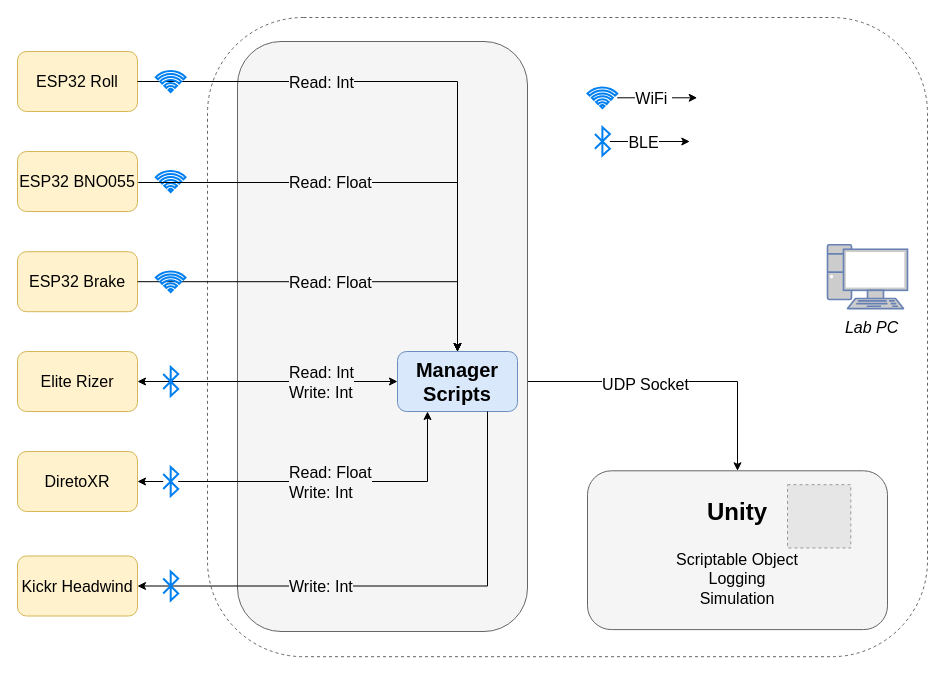
The draw.io diagram Architecture_BicycleSimulator.drawio in DaveBsns/SimulatorRaspberry, before the edit. Source tidied: cells renumbered, new cells numbered last; positions are measured from the earlier drawing's top-left corner, leaving out a move shared by most shapes. Both pictures are drawn from the tidied source at 100%, with x=0, y=0 at pixel (17, 17). Pictures stored in the file or linked from it are replaced by grey dashed boxes.
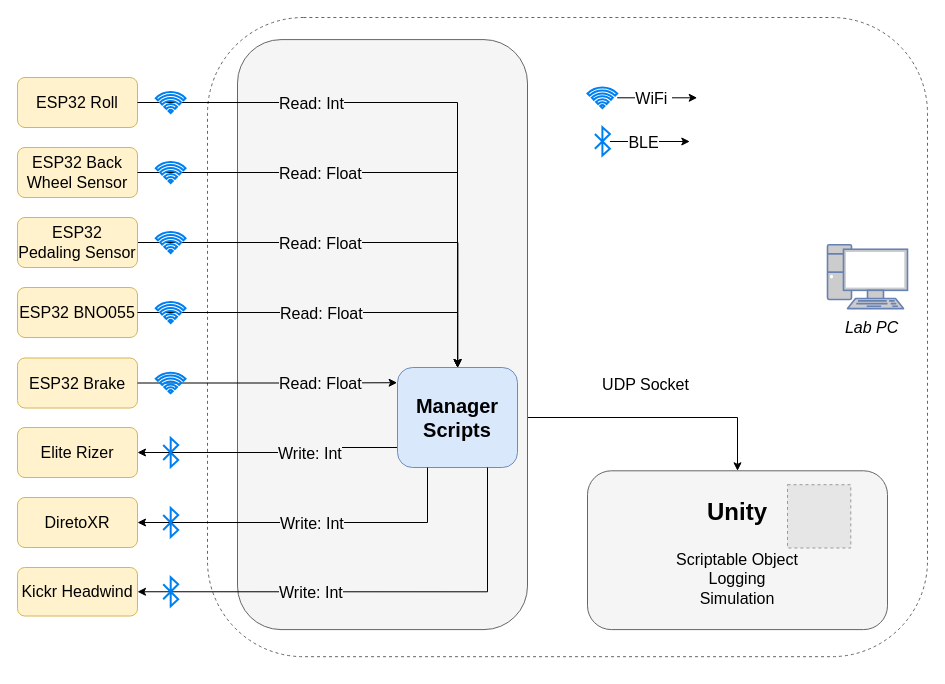
Above is the later version.

The change refers to these unchanged cells:
```xml
<mxCell id="3" style="group;" parent="1" vertex="1">
  <mxGeometry x="190" width="720" height="649" as="geometry" />
</mxCell>
```

The edit, as a diff of the source:
```diff
@@
-    <mxCell id="18" style="rounded=1;whiteSpace=wrap;html=1;align=left;fillColor=#f5f5f5;fontColor=#333333;strokeColor=#666666;fontSize=16;labelBackgroundColor=#f5f5f5;" parent="1" vertex="1">
-      <mxGeometry x="220" y="24" width="290" height="590" as="geometry" />
+    <mxCell id="18" style="rounded=1;whiteSpace=wrap;html=1;align=left;fillColor=#f5f5f5;fontColor=#333333;strokeColor=#666666;fontSize=16;labelBackgroundColor=#f5f5f5;" parent="3" vertex="1">
+      <mxGeometry x="30" y="22.1" width="290" height="590" as="geometry" />
     </mxCell>
+    <mxCell id="46" style="edgeStyle=orthogonalEdgeStyle;rounded=0;jettySize=auto;html=1;exitX=1;exitY=0.5;exitDx=0;exitDy=0;entryX=0.503;entryY=0.002;entryDx=0;entryDy=0;fontSize=16;entryPerimeter=0;" parent="3" edge="1" target="31">
+      <mxGeometry relative="1" as="geometry">
+        <mxPoint x="-100" y="225" as="sourcePoint" />
+        <Array as="points">
+          <mxPoint x="250" y="225" />
+          <mxPoint x="250" y="350" />
+        </Array>
+      </mxGeometry>
+    </mxCell>
+    <mxCell id="47" value="Read: Float" style="edgeLabel;html=1;align=left;verticalAlign=middle;fontSize=16;labelBackgroundColor=#f5f5f5;" parent="46" vertex="1">
+      <mxGeometry relative="1" as="geometry">
+        <mxPoint x="-68" as="offset" />
+      </mxGeometry>
+    </mxCell>
     <mxCell id="19" value="ESP32 Brake" style="rounded=1;whiteSpace=wrap;html=1;fillColor=#fff2cc;strokeColor=#d6b656;fontSize=16;" parent="1" vertex="1">
-      <mxGeometry y="234.2" width="120" height="60" as="geometry" />
+      <mxGeometry y="340.5" width="120" height="50" as="geometry" />
     </mxCell>
-    <mxCell id="20" style="edgeStyle=orthogonalEdgeStyle;rounded=0;jettySize=auto;html=1;exitX=1;exitY=0.5;exitDx=0;exitDy=0;fontSize=16;entryX=0.5;entryY=0;entryDx=0;entryDy=0;" parent="1" edge="1" source="19" target="31">
-      <mxGeometry relative="1" as="geometry">
-        <Array as="points">
-          <mxPoint x="440" y="264" />
-        </Array>
-      </mxGeometry>
-    </mxCell>
-    <mxCell id="21" value="Read: Float" style="edgeLabel;html=1;align=left;verticalAlign=middle;fontSize=16;labelBackgroundColor=#f5f5f5;" parent="20" vertex="1">
-      <mxGeometry relative="1" as="geometry">
-        <mxPoint x="-45" as="offset" />
-      </mxGeometry>
-    </mxCell>
-    <mxCell id="22" style="edgeStyle=orthogonalEdgeStyle;rounded=0;jettySize=auto;html=1;exitX=1;exitY=0.5;exitDx=0;exitDy=0;entryX=0.5;entryY=0;entryDx=0;entryDy=0;fontSize=16;" parent="1" edge="1" target="31">
-      <mxGeometry relative="1" as="geometry">
-        <mxPoint x="121" y="165" as="sourcePoint" />
-        <Array as="points">
-          <mxPoint x="440" y="165" />
-        </Array>
-      </mxGeometry>
-    </mxCell>
     <mxCell id="23" value="ESP32 BNO055" style="rounded=1;whiteSpace=wrap;html=1;fillColor=#fff2cc;strokeColor=#d6b656;fontSize=16;" parent="1" vertex="1">
-      <mxGeometry y="134" width="120" height="60" as="geometry" />
+      <mxGeometry y="270" width="120" height="50" as="geometry" />
     </mxCell>
-    <mxCell id="24" style="edgeStyle=orthogonalEdgeStyle;rounded=0;jettySize=auto;html=1;exitX=1;exitY=0.5;exitDx=0;exitDy=0;entryX=0;entryY=0.5;entryDx=0;entryDy=0;startArrow=classic;startFill=1;fontSize=16;" parent="1" edge="1" source="26" target="31">
-      <mxGeometry relative="1" as="geometry" />
+    <mxCell id="24" style="edgeStyle=orthogonalEdgeStyle;rounded=0;jettySize=auto;html=1;exitX=1;exitY=0.5;exitDx=0;exitDy=0;startArrow=classic;startFill=1;fontSize=16;endArrow=none;endFill=0;" parent="1" edge="1" source="26">
+      <mxGeometry relative="1" as="geometry">
+        <mxPoint x="390" y="430" as="targetPoint" />
+        <Array as="points">
+          <mxPoint x="300" y="435" />
+          <mxPoint x="300" y="430" />
+          <mxPoint x="380" y="430" />
+          <mxPoint x="380" y="431" />
+          <mxPoint x="390" y="431" />
+        </Array>
+      </mxGeometry>
     </mxCell>
-    <mxCell id="25" value="Read: Int&lt;br style=&quot;font-size: 16px;&quot;&gt;Write: Int" style="edgeLabel;html=1;align=left;verticalAlign=middle;fontSize=16;labelBackgroundColor=#f5f5f5;" parent="24" vertex="1">
+    <mxCell id="25" value="Write: Int" style="edgeLabel;html=1;align=left;verticalAlign=middle;fontSize=16;labelBackgroundColor=#f5f5f5;" parent="24" vertex="1">
       <mxGeometry relative="1" as="geometry">
-        <mxPoint x="20" as="offset" />
+        <mxPoint x="1" as="offset" />
       </mxGeometry>
     </mxCell>
     <mxCell id="26" value="Elite Rizer" style="rounded=1;whiteSpace=wrap;html=1;fillColor=#fff2cc;strokeColor=#d6b656;fontSize=16;" parent="1" vertex="1">
-      <mxGeometry y="334" width="120" height="60" as="geometry" />
+      <mxGeometry y="410" width="120" height="50" as="geometry" />
     </mxCell>
     <mxCell id="27" style="html=1;verticalLabelPosition=bottom;align=center;labelBackgroundColor=#ffffff;verticalAlign=top;strokeWidth=2;strokeColor=#0080F0;shadow=0;dashed=0;shape=mxgraph.ios7.icons.bluetooth;fontSize=16;" parent="1" vertex="1">
-      <mxGeometry x="145.7" y="349.6" width="15" height="28.8" as="geometry" />
+      <mxGeometry x="145.7" y="420.6" width="15" height="28.8" as="geometry" />
     </mxCell>
-    <mxCell id="28" style="html=1;verticalLabelPosition=bottom;align=center;labelBackgroundColor=#ffffff;verticalAlign=top;strokeWidth=2;strokeColor=#0080F0;shadow=0;dashed=0;shape=mxgraph.ios7.icons.wifi;fontSize=16;" parent="1" vertex="1">
-      <mxGeometry x="138.3" y="153.5" width="29.7" height="21" as="geometry" />
-    </mxCell>
     <mxCell id="29" value="DiretoXR" style="rounded=1;whiteSpace=wrap;html=1;fillColor=#fff2cc;strokeColor=#d6b656;fontSize=16;" parent="1" vertex="1">
-      <mxGeometry y="434" width="120" height="60" as="geometry" />
+      <mxGeometry y="480" width="120" height="50" as="geometry" />
     </mxCell>
     <mxCell id="30" value="ESP32 Roll" style="rounded=1;whiteSpace=wrap;html=1;fillColor=#fff2cc;strokeColor=#d6b656;fontSize=16;" parent="1" vertex="1">
-      <mxGeometry y="34" width="120" height="60" as="geometry" />
+      <mxGeometry y="60" width="120" height="50" as="geometry" />
     </mxCell>
-    <mxCell id="31" value="&lt;b style=&quot;font-size: 20px;&quot;&gt;Manager Scripts&lt;/b&gt;" style="rounded=1;whiteSpace=wrap;html=1;fillColor=#dae8fc;strokeColor=#6c8ebf;fontSize=16;" parent="1" vertex="1">
-      <mxGeometry x="380" y="334" width="120" height="60" as="geometry" />
-    </mxCell>
-    <mxCell id="32" style="edgeStyle=orthogonalEdgeStyle;rounded=0;jettySize=auto;html=1;exitX=1;exitY=0.5;exitDx=0;exitDy=0;fontSize=16;entryX=0.5;entryY=0;entryDx=0;entryDy=0;" parent="1" edge="1" target="31">
+    <mxCell id="32" style="edgeStyle=orthogonalEdgeStyle;rounded=0;jettySize=auto;html=1;exitX=1;exitY=0.5;exitDx=0;exitDy=0;fontSize=16;entryX=0.5;entryY=0;entryDx=0;entryDy=0;" parent="1" edge="1" source="30" target="31">
       <mxGeometry relative="1" as="geometry">
-        <mxPoint x="120" y="64" as="sourcePoint" />
         <Array as="points">
-          <mxPoint x="440" y="64" />
+          <mxPoint x="440" y="85" />
         </Array>
       </mxGeometry>
     </mxCell>
     <mxCell id="33" value="Read: Int" style="edgeLabel;html=1;align=left;verticalAlign=middle;fontSize=16;labelBackgroundColor=#f5f5f5;" parent="32" vertex="1">
       <mxGeometry relative="1" as="geometry">
-        <mxPoint x="-145" as="offset" />
+        <mxPoint x="-153" as="offset" />
       </mxGeometry>
     </mxCell>
+    <mxCell id="31" value="&lt;b style=&quot;font-size: 20px;&quot;&gt;Manager Scripts&lt;/b&gt;" style="rounded=1;whiteSpace=wrap;html=1;fillColor=#dae8fc;strokeColor=#6c8ebf;fontSize=16;" parent="1" vertex="1">
+      <mxGeometry x="380" y="350" width="120" height="100" as="geometry" />
+    </mxCell>
     <mxCell id="34" style="edgeStyle=orthogonalEdgeStyle;rounded=0;jettySize=auto;html=1;exitX=1;exitY=0.5;exitDx=0;exitDy=0;startArrow=classic;startFill=1;endArrow=none;endFill=0;entryX=0.75;entryY=1;entryDx=0;entryDy=0;fontSize=16;" parent="1" edge="1" source="36" target="31">
       <mxGeometry relative="1" as="geometry">
         <Array as="points">
-          <mxPoint x="470" y="569" />
+          <mxPoint x="470" y="574" />
         </Array>
       </mxGeometry>
     </mxCell>
     <mxCell id="35" value="Write: Int" style="edgeLabel;html=1;align=left;verticalAlign=middle;fontSize=16;labelBackgroundColor=#f5f5f5;" parent="34" vertex="1">
       <mxGeometry relative="1" as="geometry">
-        <mxPoint x="-112" as="offset" />
+        <mxPoint x="-97" as="offset" />
       </mxGeometry>
     </mxCell>
     <mxCell id="36" value="Kickr Headwind" style="rounded=1;whiteSpace=wrap;html=1;fillColor=#fff2cc;strokeColor=#d6b656;fontSize=16;" parent="1" vertex="1">
-      <mxGeometry y="538.5" width="120" height="60" as="geometry" />
+      <mxGeometry y="550" width="120" height="48.5" as="geometry" />
     </mxCell>
-    <mxCell id="37" style="html=1;verticalLabelPosition=bottom;align=center;labelBackgroundColor=#ffffff;verticalAlign=top;strokeWidth=2;strokeColor=#0080F0;shadow=0;dashed=0;shape=mxgraph.ios7.icons.wifi;fontSize=16;" parent="1" vertex="1">
-      <mxGeometry x="138.3" y="254" width="29.7" height="20.5" as="geometry" />
-    </mxCell>
     <mxCell id="38" style="html=1;verticalLabelPosition=bottom;align=center;labelBackgroundColor=#ffffff;verticalAlign=top;strokeWidth=2;strokeColor=#0080F0;shadow=0;dashed=0;shape=mxgraph.ios7.icons.wifi;fontSize=16;" parent="1" vertex="1">
-      <mxGeometry x="138.3" y="53.5" width="29.7" height="21" as="geometry" />
+      <mxGeometry x="138.3" y="74.5" width="29.7" height="21" as="geometry" />
     </mxCell>
     <mxCell id="39" style="html=1;verticalLabelPosition=bottom;align=center;labelBackgroundColor=#ffffff;verticalAlign=top;strokeWidth=2;strokeColor=#0080F0;shadow=0;dashed=0;shape=mxgraph.ios7.icons.bluetooth;fontSize=16;" parent="1" vertex="1">
-      <mxGeometry x="145.7" y="554.1" width="15" height="28.8" as="geometry" />
+      <mxGeometry x="145.7" y="559.9" width="15" height="28.8" as="geometry" />
     </mxCell>
-    <mxCell id="40" style="edgeStyle=orthogonalEdgeStyle;rounded=0;jettySize=auto;html=1;fontSize=16;" parent="1" edge="1" source="43" target="29">
-      <mxGeometry relative="1" as="geometry" />
-    </mxCell>
-    <mxCell id="41" style="edgeStyle=orthogonalEdgeStyle;rounded=0;jettySize=auto;html=1;fontSize=16;" parent="1" edge="1" source="43">
+    <mxCell id="41" style="edgeStyle=orthogonalEdgeStyle;rounded=0;jettySize=auto;html=1;fontSize=16;endArrow=none;endFill=0;exitX=1;exitY=0.5;exitDx=0;exitDy=0;startArrow=classic;startFill=1;entryX=0.25;entryY=1;entryDx=0;entryDy=0;" parent="1" edge="1" source="29" target="31">
       <mxGeometry relative="1" as="geometry">
-        <mxPoint x="410" y="394" as="targetPoint" />
         <Array as="points">
-          <mxPoint x="410" y="464" />
-          <mxPoint x="410" y="394" />
+          <mxPoint x="410" y="505" />
         </Array>
       </mxGeometry>
     </mxCell>
-    <mxCell id="42" value="Read: Float&lt;br style=&quot;font-size: 16px;&quot;&gt;Write: Int" style="edgeLabel;html=1;align=left;verticalAlign=middle;fontSize=16;labelBackgroundColor=#f5f5f5;" parent="41" vertex="1">
+    <mxCell id="42" value="Write: Int" style="edgeLabel;html=1;align=left;verticalAlign=middle;fontSize=16;labelBackgroundColor=#f5f5f5;" parent="41" vertex="1">
       <mxGeometry relative="1" as="geometry">
-        <mxPoint x="-51" as="offset" />
+        <mxPoint x="-32" as="offset" />
       </mxGeometry>
     </mxCell>
     <mxCell id="43" style="html=1;verticalLabelPosition=bottom;align=center;labelBackgroundColor=#ffffff;verticalAlign=top;strokeWidth=2;strokeColor=#0080F0;shadow=0;dashed=0;shape=mxgraph.ios7.icons.bluetooth;fontSize=16;" parent="1" vertex="1">
-      <mxGeometry x="145.7" y="449.6" width="15" height="28.8" as="geometry" />
+      <mxGeometry x="145.7" y="490.6" width="15" height="28.8" as="geometry" />
     </mxCell>
-    <mxCell id="44" style="edgeStyle=orthogonalEdgeStyle;rounded=0;jettySize=auto;html=1;exitX=1;exitY=0.5;exitDx=0;exitDy=0;entryX=0.5;entryY=0;entryDx=0;entryDy=0;fontSize=16;" parent="1" edge="1" target="31">
+    <mxCell id="44" style="edgeStyle=orthogonalEdgeStyle;rounded=0;jettySize=auto;html=1;exitX=1;exitY=0.5;exitDx=0;exitDy=0;entryX=0.5;entryY=0;entryDx=0;entryDy=0;fontSize=16;" parent="1" edge="1" source="23" target="31">
       <mxGeometry relative="1" as="geometry">
-        <mxPoint x="121" y="165" as="sourcePoint" />
         <Array as="points">
-          <mxPoint x="440" y="165" />
+          <mxPoint x="440" y="295" />
         </Array>
       </mxGeometry>
     </mxCell>
     <mxCell id="45" value="Read: Float" style="edgeLabel;html=1;align=left;verticalAlign=middle;fontSize=16;labelBackgroundColor=#f5f5f5;" parent="44" vertex="1">
       <mxGeometry relative="1" as="geometry">
-        <mxPoint x="-95" y="-1" as="offset" />
+        <mxPoint x="-47" as="offset" />
       </mxGeometry>
     </mxCell>
+    <mxCell id="20" style="edgeStyle=orthogonalEdgeStyle;rounded=0;jettySize=auto;html=1;exitX=1;exitY=0.5;exitDx=0;exitDy=0;fontSize=16;entryX=-0.003;entryY=0.152;entryDx=0;entryDy=0;entryPerimeter=0;" parent="1" edge="1" source="19" target="31">
+      <mxGeometry relative="1" as="geometry">
+        <Array as="points">
+          <mxPoint x="300" y="366" />
+        </Array>
+      </mxGeometry>
+    </mxCell>
+    <mxCell id="48" value="Read: Float" style="edgeLabel;html=1;align=left;verticalAlign=middle;fontSize=16;labelBackgroundColor=#f5f5f5;" parent="20" vertex="1">
+      <mxGeometry relative="1" as="geometry">
+        <mxPoint x="10" as="offset" />
+      </mxGeometry>
+    </mxCell>
+    <mxCell id="37" style="html=1;verticalLabelPosition=bottom;align=center;labelBackgroundColor=#ffffff;verticalAlign=top;strokeWidth=2;strokeColor=#0080F0;shadow=0;dashed=0;shape=mxgraph.ios7.icons.wifi;fontSize=16;" parent="1" vertex="1">
+      <mxGeometry x="138.3" y="355.2" width="29.7" height="20.5" as="geometry" />
+    </mxCell>
+    <mxCell id="49" value="ESP32 &lt;br&gt;Pedaling Sensor" style="rounded=1;whiteSpace=wrap;html=1;fillColor=#fff2cc;strokeColor=#d6b656;fontSize=16;" parent="1" vertex="1">
+      <mxGeometry y="200" width="120" height="50" as="geometry" />
+    </mxCell>
+    <mxCell id="28" style="html=1;verticalLabelPosition=bottom;align=center;labelBackgroundColor=#ffffff;verticalAlign=top;strokeWidth=2;strokeColor=#0080F0;shadow=0;dashed=0;shape=mxgraph.ios7.icons.wifi;fontSize=16;" parent="1" vertex="1">
+      <mxGeometry x="138.3" y="284.5" width="29.7" height="21" as="geometry" />
+    </mxCell>
+    <mxCell id="50" value="ESP32 Back Wheel Sensor" style="rounded=1;whiteSpace=wrap;html=1;fillColor=#fff2cc;strokeColor=#d6b656;fontSize=16;" parent="1" vertex="1">
+      <mxGeometry y="130" width="120" height="50" as="geometry" />
+    </mxCell>
+    <mxCell id="51" style="edgeStyle=orthogonalEdgeStyle;rounded=0;jettySize=auto;html=1;exitX=1;exitY=0.5;exitDx=0;exitDy=0;entryX=0.5;entryY=0;entryDx=0;entryDy=0;fontSize=16;" parent="1" edge="1" source="50" target="31">
+      <mxGeometry relative="1" as="geometry">
+        <Array as="points">
+          <mxPoint x="440" y="155" />
+        </Array>
+      </mxGeometry>
+    </mxCell>
+    <mxCell id="52" value="Read: Float" style="edgeLabel;html=1;align=left;verticalAlign=middle;fontSize=16;labelBackgroundColor=#f5f5f5;" parent="51" vertex="1">
+      <mxGeometry relative="1" as="geometry">
+        <mxPoint x="-118" as="offset" />
+      </mxGeometry>
+    </mxCell>
+    <mxCell id="53" style="html=1;verticalLabelPosition=bottom;align=center;labelBackgroundColor=#ffffff;verticalAlign=top;strokeWidth=2;strokeColor=#0080F0;shadow=0;dashed=0;shape=mxgraph.ios7.icons.wifi;fontSize=16;" parent="1" vertex="1">
+      <mxGeometry x="138.3" y="144.5" width="29.7" height="21" as="geometry" />
+    </mxCell>
+    <mxCell id="54" style="html=1;verticalLabelPosition=bottom;align=center;labelBackgroundColor=#ffffff;verticalAlign=top;strokeWidth=2;strokeColor=#0080F0;shadow=0;dashed=0;shape=mxgraph.ios7.icons.wifi;fontSize=16;" parent="1" vertex="1">
+      <mxGeometry x="138.3" y="214.5" width="29.7" height="21" as="geometry" />
+    </mxCell>
```
